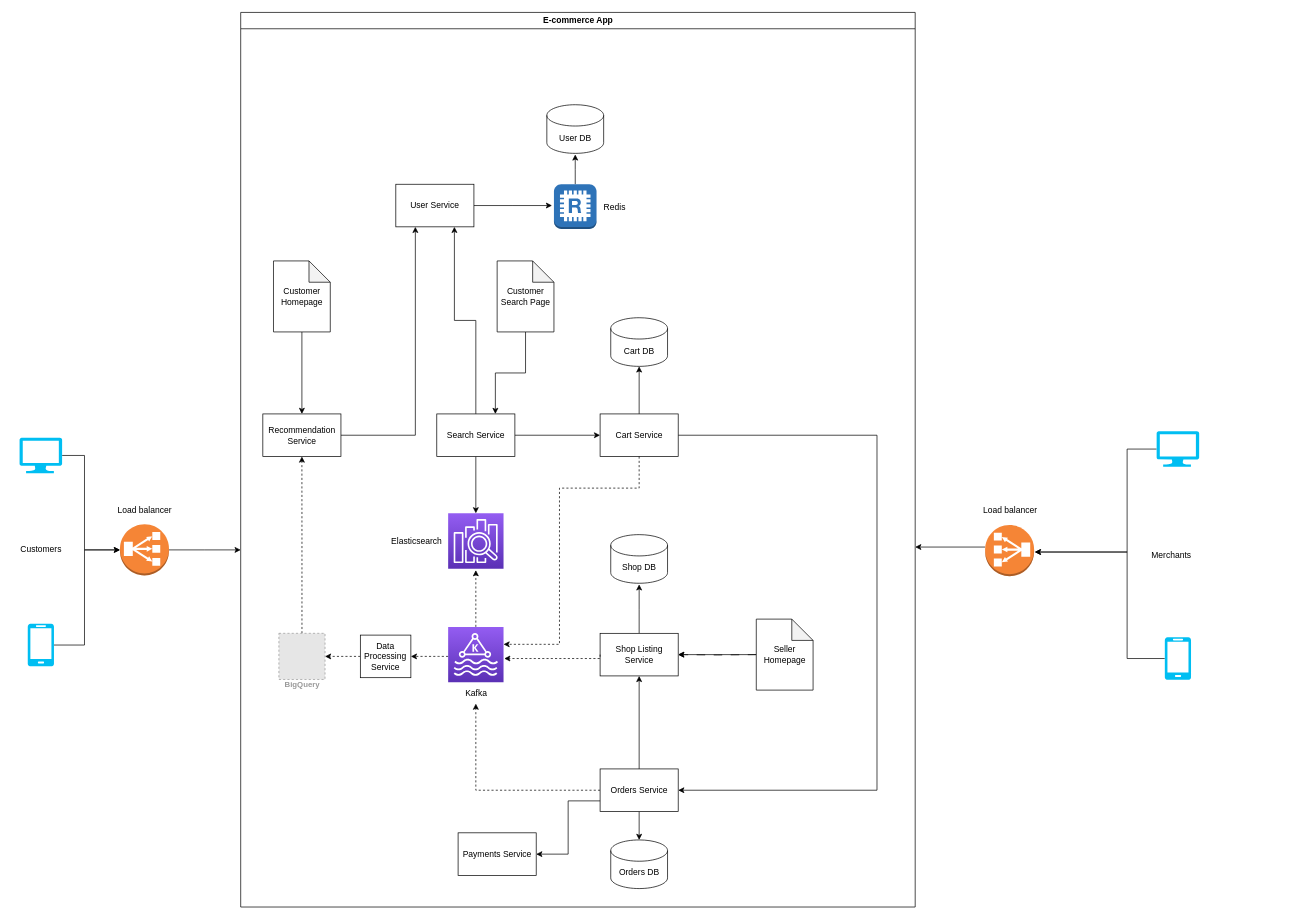
jasona122/ecommerce-app-conceptual-diagram keeps this draw.io diagram as ecommerce-diagram.drawio. Above is the earlier version. Source tidied: cells renumbered, new cells numbered last; positions are measured from the earlier drawing's top-left corner, leaving out a move shared by most shapes. Both pictures are drawn from the tidied source at 71%, with x=0, y=0 at pixel (12, 12). Pictures stored in the file or linked from it are replaced by grey dashed boxes.
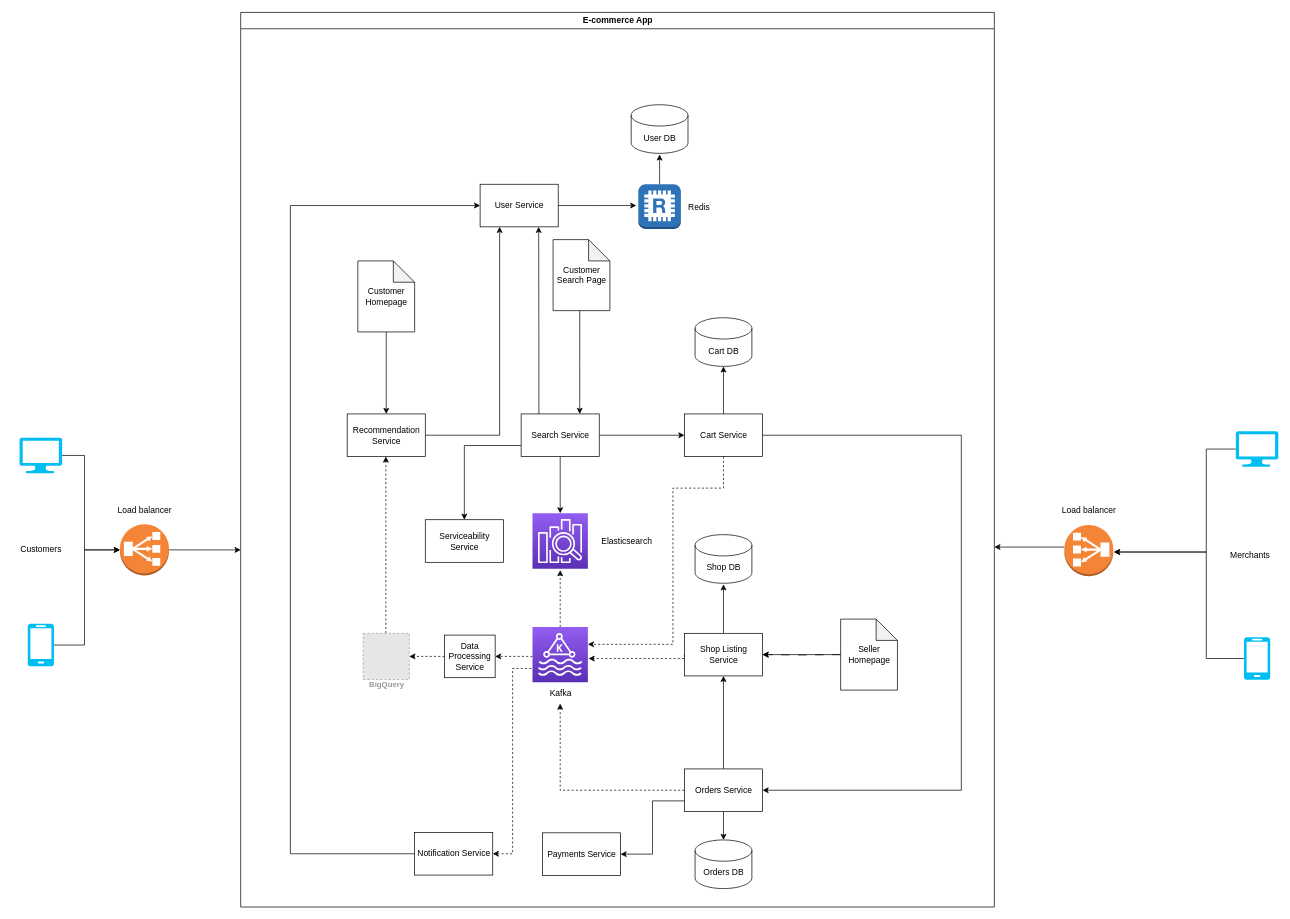
The same page after the edit.

Commit message (it also covers changes not shown here):
Modify diagram to add more services

The change refers to these unchanged cells:
```xml
<mxCell id="3" style="verticalLabelPosition=bottom;html=1;verticalAlign=top;align=center;strokeColor=none;fillColor=#00BEF2;shape=mxgraph.azure.computer;" parent="1" vertex="1">
  <mxGeometry x="10" y="599" width="60" height="50" as="geometry" />
</mxCell>
<mxCell id="5" style="outlineConnect=0;dashed=0;verticalLabelPosition=bottom;verticalAlign=top;align=center;html=1;shape=mxgraph.aws3.classic_load_balancer;fillColor=#F58536;gradientColor=none;" parent="1" vertex="1">
  <mxGeometry x="151.5" y="721" width="69" height="72" as="geometry" />
</mxCell>
```

What changed in the source:
```diff
@@
-    <mxCell id="2" style="edgeStyle=orthogonalEdgeStyle;rounded=0;jettySize=auto;html=1;entryX=0;entryY=0.5;entryDx=0;entryDy=0;entryPerimeter=0;" parent="1" edge="1" source="3" target="5">
+    <mxCell id="2" style="edgeStyle=orthogonalEdgeStyle;rounded=0;jettySize=auto;html=1;entryX=0;entryY=0.5;entryDx=0;entryDy=0;entryPerimeter=0;" parent="1" edge="1" target="5">
       <mxGeometry relative="1" as="geometry">
+        <mxPoint x="70" y="624" as="sourcePoint" />
         <Array as="points">
           <mxPoint x="101.5" y="624" />
           <mxPoint x="101.5" y="757" />
         </Array>
       </mxGeometry>
     </mxCell>
@@
     <mxCell id="8" value="E-commerce App" style="swimlane;whiteSpace=wrap;html=1;" parent="1" vertex="1">
-      <mxGeometry x="321.5" width="950" height="1260" as="geometry" />
+      <mxGeometry x="321.5" width="1061.5" height="1260" as="geometry" />
     </mxCell>
@@
     <mxCell id="11" style="edgeStyle=orthogonalEdgeStyle;rounded=0;jettySize=auto;html=1;entryX=0.75;entryY=1;entryDx=0;entryDy=0;" parent="8" edge="1" source="12" target="44">
-      <mxGeometry relative="1" as="geometry" />
+      <mxGeometry relative="1" as="geometry">
+        <Array as="points">
+          <mxPoint x="420" y="480" />
+          <mxPoint x="420" y="480" />
+        </Array>
+      </mxGeometry>
     </mxCell>
+    <mxCell id="64" style="edgeStyle=orthogonalEdgeStyle;rounded=0;jettySize=auto;html=1;entryX=0.5;entryY=0;entryDx=0;entryDy=0;" parent="8" edge="1" source="12" target="68">
+      <mxGeometry relative="1" as="geometry">
+        <Array as="points">
+          <mxPoint x="315" y="610" />
+        </Array>
+      </mxGeometry>
+    </mxCell>
     <mxCell id="12" value="Search Service" style="rounded=0;whiteSpace=wrap;html=1;" parent="8" vertex="1">
-      <mxGeometry x="276.2" y="565.5" width="110" height="60" as="geometry" />
+      <mxGeometry x="395" y="565.5" width="110" height="60" as="geometry" />
     </mxCell>
     <mxCell id="13" value="Cart DB" style="shape=cylinder3;whiteSpace=wrap;html=1;boundedLbl=1;backgroundOutline=1;size=15;" parent="8" vertex="1">
-      <mxGeometry x="521.2" y="430" width="80" height="68.5" as="geometry" />
+      <mxGeometry x="640" y="430" width="80" height="68.5" as="geometry" />
     </mxCell>
     <mxCell id="14" style="edgeStyle=orthogonalEdgeStyle;rounded=0;jettySize=auto;html=1;startArrow=none;startFill=0;endArrow=classic;endFill=1;dashed=1;" parent="8" edge="1" source="16">
       <mxGeometry relative="1" as="geometry">
-        <mxPoint x="331.2" y="785.5" as="targetPoint" />
+        <mxPoint x="450" y="785.5" as="targetPoint" />
       </mxGeometry>
     </mxCell>
     <mxCell id="15" style="edgeStyle=orthogonalEdgeStyle;rounded=0;jettySize=auto;html=1;dashed=1;" parent="8" edge="1" source="16" target="51">
       <mxGeometry relative="1" as="geometry">
         <Array as="points">
-          <mxPoint x="279" y="907" />
-          <mxPoint x="279" y="907" />
+          <mxPoint x="397.8" y="907" />
+          <mxPoint x="397.8" y="907" />
         </Array>
       </mxGeometry>
     </mxCell>
     <mxCell id="16" style="sketch=0;points=[[0,0,0],[0.25,0,0],[0.5,0,0],[0.75,0,0],[1,0,0],[0,1,0],[0.25,1,0],[0.5,1,0],[0.75,1,0],[1,1,0],[0,0.25,0],[0,0.5,0],[0,0.75,0],[1,0.25,0],[1,0.5,0],[1,0.75,0]];outlineConnect=0;fontColor=#232F3E;gradientColor=#945DF2;gradientDirection=north;fillColor=#5A30B5;strokeColor=#ffffff;dashed=0;verticalLabelPosition=bottom;verticalAlign=top;align=center;html=1;fontSize=12;fontStyle=0;shape=mxgraph.aws4.resourceIcon;resIcon=mxgraph.aws4.managed_streaming_for_kafka;" parent="8" vertex="1">
-      <mxGeometry x="292.2" y="865.5" width="78" height="78" as="geometry" />
+      <mxGeometry x="411" y="865.5" width="78" height="78" as="geometry" />
     </mxCell>
     <mxCell id="17" value="Kafka" style="text;html=1;align=center;verticalAlign=middle;points=[];strokeColor=none;fillColor=none;" parent="8" vertex="1">
-      <mxGeometry x="306.2" y="943.5" width="50" height="30" as="geometry" />
+      <mxGeometry x="425" y="943.5" width="50" height="30" as="geometry" />
     </mxCell>
@@
     <mxCell id="19" style="edgeStyle=orthogonalEdgeStyle;rounded=0;jettySize=auto;html=1;entryX=1;entryY=0.5;entryDx=0;entryDy=0;startArrow=none;startFill=0;endArrow=classic;endFill=1;" parent="8" edge="1" source="20" target="38">
       <mxGeometry relative="1" as="geometry">
         <Array as="points">
-          <mxPoint x="896.2" y="595.5" />
-          <mxPoint x="896.2" y="1095.5" />
+          <mxPoint x="1015" y="595.5" />
+          <mxPoint x="1015" y="1095.5" />
         </Array>
       </mxGeometry>
     </mxCell>
     <mxCell id="20" value="Cart Service" style="rounded=0;whiteSpace=wrap;html=1;" parent="8" vertex="1">
-      <mxGeometry x="506.2" y="565.5" width="110" height="60" as="geometry" />
+      <mxGeometry x="625" y="565.5" width="110" height="60" as="geometry" />
     </mxCell>
     <mxCell id="21" style="sketch=0;points=[[0,0,0],[0.25,0,0],[0.5,0,0],[0.75,0,0],[1,0,0],[0,1,0],[0.25,1,0],[0.5,1,0],[0.75,1,0],[1,1,0],[0,0.25,0],[0,0.5,0],[0,0.75,0],[1,0.25,0],[1,0.5,0],[1,0.75,0]];outlineConnect=0;fontColor=#232F3E;gradientColor=#945DF2;gradientDirection=north;fillColor=#5A30B5;strokeColor=#ffffff;dashed=0;verticalLabelPosition=bottom;verticalAlign=top;align=center;html=1;fontSize=12;fontStyle=0;shape=mxgraph.aws4.resourceIcon;resIcon=mxgraph.aws4.elasticsearch_service;" parent="8" vertex="1">
-      <mxGeometry x="292.2" y="705.5" width="78" height="78" as="geometry" />
+      <mxGeometry x="411" y="705.5" width="78" height="78" as="geometry" />
     </mxCell>
     <mxCell id="22" value="Elasticsearch" style="text;html=1;align=center;verticalAlign=middle;strokeColor=none;fillColor=none;" parent="8" vertex="1">
-      <mxGeometry x="202.2" y="729.5" width="90" height="30" as="geometry" />
+      <mxGeometry x="498.8" y="730" width="90" height="30" as="geometry" />
     </mxCell>
     <mxCell id="23" style="edgeStyle=orthogonalEdgeStyle;rounded=0;jettySize=auto;html=1;startArrow=none;startFill=0;endArrow=classic;endFill=1;" parent="8" edge="1" source="24">
       <mxGeometry relative="1" as="geometry">
-        <mxPoint x="561.2" y="805.5" as="targetPoint" />
+        <mxPoint x="680" y="805.5" as="targetPoint" />
       </mxGeometry>
     </mxCell>
     <mxCell id="24" value="Shop Listing Service" style="rounded=0;whiteSpace=wrap;html=1;" parent="8" vertex="1">
-      <mxGeometry x="506.2" y="874.5" width="110" height="60" as="geometry" />
+      <mxGeometry x="625" y="874.5" width="110" height="60" as="geometry" />
     </mxCell>
     <mxCell id="25" value="Shop DB" style="shape=cylinder3;whiteSpace=wrap;html=1;boundedLbl=1;backgroundOutline=1;size=15;" parent="8" vertex="1">
-      <mxGeometry x="521.2" y="735.5" width="80" height="68.5" as="geometry" />
+      <mxGeometry x="640" y="735.5" width="80" height="68.5" as="geometry" />
     </mxCell>
     <mxCell id="26" style="edgeStyle=orthogonalEdgeStyle;rounded=0;jettySize=auto;html=1;entryX=1;entryY=0.5;entryDx=0;entryDy=0;startArrow=none;startFill=0;endArrow=classic;endFill=1;dashed=1;dashPattern=12 12;" parent="8" edge="1" target="24">
       <mxGeometry relative="1" as="geometry">
-        <mxPoint x="726.2" y="904.5" as="sourcePoint" />
+        <mxPoint x="845" y="904.5" as="sourcePoint" />
       </mxGeometry>
     </mxCell>
@@
     <mxCell id="28" value="Seller Homepage" style="shape=note;whiteSpace=wrap;html=1;backgroundOutline=1;darkOpacity=0.05;" parent="8" vertex="1">
-      <mxGeometry x="726.2" y="854.5" width="80" height="100" as="geometry" />
+      <mxGeometry x="845" y="854.5" width="80" height="100" as="geometry" />
     </mxCell>
@@
     <mxCell id="30" value="Customer Homepage" style="shape=note;whiteSpace=wrap;html=1;backgroundOutline=1;darkOpacity=0.05;" parent="8" vertex="1">
-      <mxGeometry x="46.2" y="350" width="80" height="100" as="geometry" />
+      <mxGeometry x="165" y="350" width="80" height="100" as="geometry" />
     </mxCell>
-    <mxCell id="31" style="edgeStyle=orthogonalEdgeStyle;rounded=0;jettySize=auto;html=1;entryX=0.5;entryY=1;entryDx=0;entryDy=0;dashed=1;startArrow=none;startFill=0;endArrow=classic;endFill=1;" parent="8" edge="1" source="32" target="34">
-      <mxGeometry relative="1" as="geometry" />
+    <mxCell id="31" style="edgeStyle=orthogonalEdgeStyle;rounded=0;orthogonalLoop=1;jettySize=auto;html=1;entryX=0.5;entryY=1;entryDx=0;entryDy=0;dashed=1;startArrow=none;startFill=0;endArrow=classic;endFill=1;" parent="8" edge="1">
+      <mxGeometry relative="1" as="geometry">
+        <mxPoint x="204.5" y="874.5" as="sourcePoint" />
+        <mxPoint x="204.5" y="625.5" as="targetPoint" />
+      </mxGeometry>
     </mxCell>
     <mxCell id="32" value="BigQuery" style="fillColor=#E6E6E6;strokeColor=#999999;dashed=1;html=1;verticalAlign=top;labelPosition=center;verticalLabelPosition=bottom;align=center;spacingTop=-6;fontSize=11;fontStyle=1;fontColor=#999999;" parent="8" vertex="1">
-      <mxGeometry x="53.8" y="874.5" width="65" height="65" as="geometry" />
+      <mxGeometry x="172.5" y="874.5" width="65" height="65" as="geometry" />
     </mxCell>
@@
     <mxCell id="34" value="Recommendation&lt;br&gt;Service" style="rounded=0;whiteSpace=wrap;html=1;" parent="8" vertex="1">
-      <mxGeometry x="31.2" y="565.5" width="110" height="60" as="geometry" />
+      <mxGeometry x="150" y="565.5" width="110" height="60" as="geometry" />
     </mxCell>
@@
     <mxCell id="38" value="Orders Service" style="rounded=0;whiteSpace=wrap;html=1;" parent="8" vertex="1">
-      <mxGeometry x="506.2" y="1065.5" width="110" height="60" as="geometry" />
+      <mxGeometry x="625" y="1065.5" width="110" height="60" as="geometry" />
     </mxCell>
     <mxCell id="39" value="Orders DB" style="shape=cylinder3;whiteSpace=wrap;html=1;boundedLbl=1;backgroundOutline=1;size=15;" parent="8" vertex="1">
-      <mxGeometry x="521.2" y="1165.5" width="80" height="68.5" as="geometry" />
+      <mxGeometry x="640" y="1165.5" width="80" height="68.5" as="geometry" />
     </mxCell>
@@
     <mxCell id="41" value="Payments Service" style="rounded=0;whiteSpace=wrap;html=1;" parent="8" vertex="1">
-      <mxGeometry x="306.2" y="1155.5" width="110" height="60" as="geometry" />
+      <mxGeometry x="425" y="1155.5" width="110" height="60" as="geometry" />
     </mxCell>
     <mxCell id="42" value="User DB" style="shape=cylinder3;whiteSpace=wrap;html=1;boundedLbl=1;backgroundOutline=1;size=15;" parent="8" vertex="1">
-      <mxGeometry x="431.2" y="130" width="80" height="68.5" as="geometry" />
+      <mxGeometry x="550" y="130" width="80" height="68.5" as="geometry" />
     </mxCell>
     <mxCell id="43" style="edgeStyle=orthogonalEdgeStyle;rounded=0;jettySize=auto;html=1;" parent="8" edge="1" source="44">
       <mxGeometry relative="1" as="geometry">
-        <mxPoint x="438.5" y="272" as="targetPoint" />
+        <mxPoint x="557.2" y="272" as="targetPoint" />
       </mxGeometry>
     </mxCell>
     <mxCell id="44" value="User Service" style="rounded=0;whiteSpace=wrap;html=1;" parent="8" vertex="1">
-      <mxGeometry x="218.5" y="242" width="110" height="60" as="geometry" />
+      <mxGeometry x="337.2" y="242" width="110" height="60" as="geometry" />
     </mxCell>
     <mxCell id="45" style="edgeStyle=orthogonalEdgeStyle;rounded=0;jettySize=auto;html=1;" parent="8" edge="1" source="46">
       <mxGeometry relative="1" as="geometry">
-        <mxPoint x="471.2" y="200" as="targetPoint" />
+        <mxPoint x="590" y="200" as="targetPoint" />
       </mxGeometry>
     </mxCell>
     <mxCell id="46" style="outlineConnect=0;dashed=0;verticalLabelPosition=bottom;verticalAlign=top;align=center;html=1;shape=mxgraph.aws3.redis;fillColor=#2E73B8;gradientColor=none;" parent="8" vertex="1">
-      <mxGeometry x="441.2" y="242" width="60" height="63" as="geometry" />
+      <mxGeometry x="560" y="242" width="60" height="63" as="geometry" />
     </mxCell>
     <mxCell id="47" value="Redis" style="text;html=1;align=center;verticalAlign=middle;strokeColor=none;fillColor=none;" parent="8" vertex="1">
-      <mxGeometry x="501.2" y="260" width="50" height="30" as="geometry" />
+      <mxGeometry x="620" y="260" width="50" height="30" as="geometry" />
     </mxCell>
     <mxCell id="48" style="edgeStyle=orthogonalEdgeStyle;rounded=0;jettySize=auto;html=1;startArrow=none;startFill=0;endArrow=classic;endFill=1;dashed=1;exitX=0.5;exitY=1;exitDx=0;exitDy=0;" parent="8" edge="1" source="20" target="16">
       <mxGeometry relative="1" as="geometry">
         <Array as="points">
-          <mxPoint x="561" y="670" />
-          <mxPoint x="449" y="670" />
-          <mxPoint x="449" y="890" />
+          <mxPoint x="679.8" y="670" />
+          <mxPoint x="608.8" y="670" />
+          <mxPoint x="608.8" y="890" />
         </Array>
       </mxGeometry>
     </mxCell>
     <mxCell id="49" style="edgeStyle=orthogonalEdgeStyle;rounded=0;jettySize=auto;html=1;entryX=0.5;entryY=1;entryDx=0;entryDy=0;dashed=1;startArrow=none;startFill=0;endArrow=classic;endFill=1;exitX=0;exitY=0.5;exitDx=0;exitDy=0;" parent="8" edge="1" source="24">
       <mxGeometry relative="1" as="geometry">
-        <mxPoint x="371.2" y="910" as="targetPoint" />
+        <mxPoint x="490" y="910" as="targetPoint" />
         <Array as="points">
-          <mxPoint x="506" y="910" />
+          <mxPoint x="624.8" y="910" />
         </Array>
       </mxGeometry>
     </mxCell>
@@
     <mxCell id="51" value="Data Processing Service" style="rounded=0;whiteSpace=wrap;html=1;" parent="8" vertex="1">
-      <mxGeometry x="168.5" y="877" width="71.2" height="60" as="geometry" />
+      <mxGeometry x="287.2" y="877" width="71.2" height="60" as="geometry" />
     </mxCell>
     <mxCell id="52" style="edgeStyle=orthogonalEdgeStyle;rounded=0;jettySize=auto;html=1;entryX=0.75;entryY=0;entryDx=0;entryDy=0;" parent="8" edge="1" source="53" target="12">
-      <mxGeometry relative="1" as="geometry" />
+      <mxGeometry relative="1" as="geometry">
+        <Array as="points">
+          <mxPoint x="478" y="493" />
+        </Array>
+      </mxGeometry>
     </mxCell>
     <mxCell id="53" value="Customer Search Page" style="shape=note;whiteSpace=wrap;html=1;backgroundOutline=1;darkOpacity=0.05;" parent="8" vertex="1">
-      <mxGeometry x="361.2" y="350" width="80" height="100" as="geometry" />
+      <mxGeometry x="440" y="320" width="80" height="100" as="geometry" />
     </mxCell>
+    <mxCell id="65" style="edgeStyle=orthogonalEdgeStyle;rounded=0;jettySize=auto;html=1;entryX=0;entryY=0.75;entryDx=0;entryDy=0;entryPerimeter=0;dashed=1;startArrow=classic;startFill=1;endArrow=none;endFill=0;" parent="8" edge="1" source="67" target="16">
+      <mxGeometry relative="1" as="geometry" />
+    </mxCell>
+    <mxCell id="66" style="edgeStyle=orthogonalEdgeStyle;rounded=0;jettySize=auto;html=1;entryX=0;entryY=0.5;entryDx=0;entryDy=0;" parent="8" edge="1" source="67" target="44">
+      <mxGeometry relative="1" as="geometry">
+        <Array as="points">
+          <mxPoint x="70" y="1185" />
+          <mxPoint x="70" y="272" />
+        </Array>
+      </mxGeometry>
+    </mxCell>
+    <mxCell id="67" value="Notification Service" style="rounded=0;whiteSpace=wrap;html=1;" parent="8" vertex="1">
+      <mxGeometry x="245" y="1155" width="110" height="60" as="geometry" />
+    </mxCell>
+    <mxCell id="68" value="Serviceability Service" style="rounded=0;whiteSpace=wrap;html=1;" parent="8" vertex="1">
+      <mxGeometry x="260" y="714.5" width="110" height="60" as="geometry" />
+    </mxCell>
@@
     <mxCell id="55" style="edgeStyle=orthogonalEdgeStyle;rounded=0;jettySize=auto;html=1;startArrow=none;startFill=0;endArrow=classic;endFill=1;" parent="1" edge="1" source="56">
       <mxGeometry relative="1" as="geometry">
-        <mxPoint x="1440" y="760" as="targetPoint" />
+        <mxPoint x="1551.5" y="760" as="targetPoint" />
         <Array as="points">
-          <mxPoint x="1570" y="615" />
-          <mxPoint x="1570" y="760" />
+          <mxPoint x="1681.5" y="615" />
+          <mxPoint x="1681.5" y="760" />
         </Array>
       </mxGeometry>
     </mxCell>
     <mxCell id="56" style="verticalLabelPosition=bottom;html=1;verticalAlign=top;align=center;strokeColor=none;fillColor=#00BEF2;shape=mxgraph.azure.computer;" parent="1" vertex="1">
-      <mxGeometry x="1611.5" y="590" width="60" height="50" as="geometry" />
+      <mxGeometry x="1723" y="590" width="60" height="50" as="geometry" />
     </mxCell>
     <mxCell id="57" style="edgeStyle=orthogonalEdgeStyle;rounded=0;jettySize=auto;html=1;startArrow=none;startFill=0;endArrow=classic;endFill=1;" parent="1" edge="1" source="58">
       <mxGeometry relative="1" as="geometry">
-        <mxPoint x="1271.5" y="753" as="targetPoint" />
+        <mxPoint x="1383" y="753" as="targetPoint" />
         <Array as="points">
-          <mxPoint x="1391.5" y="753" />
-          <mxPoint x="1391.5" y="753" />
+          <mxPoint x="1503" y="753" />
+          <mxPoint x="1503" y="753" />
         </Array>
       </mxGeometry>
     </mxCell>
     <mxCell id="58" style="outlineConnect=0;dashed=0;verticalLabelPosition=bottom;verticalAlign=top;align=center;html=1;shape=mxgraph.aws3.classic_load_balancer;fillColor=#F58536;gradientColor=none;flipH=1;" parent="1" vertex="1">
-      <mxGeometry x="1370" y="722" width="69" height="72" as="geometry" />
+      <mxGeometry x="1481.5" y="722" width="69" height="72" as="geometry" />
     </mxCell>
     <mxCell id="59" style="edgeStyle=orthogonalEdgeStyle;rounded=0;jettySize=auto;html=1;startArrow=none;startFill=0;endArrow=classic;endFill=1;" parent="1" edge="1" source="60">
       <mxGeometry relative="1" as="geometry">
-        <mxPoint x="1440" y="760" as="targetPoint" />
+        <mxPoint x="1551.5" y="760" as="targetPoint" />
         <Array as="points">
-          <mxPoint x="1570" y="910" />
-          <mxPoint x="1570" y="760" />
+          <mxPoint x="1681.5" y="910" />
+          <mxPoint x="1681.5" y="760" />
         </Array>
       </mxGeometry>
     </mxCell>
     <mxCell id="60" style="verticalLabelPosition=bottom;html=1;verticalAlign=top;align=center;strokeColor=none;fillColor=#00BEF2;shape=mxgraph.azure.mobile;" parent="1" vertex="1">
-      <mxGeometry x="1623" y="880" width="37" height="60" as="geometry" />
+      <mxGeometry x="1734.5" y="880" width="37" height="60" as="geometry" />
     </mxCell>
     <mxCell id="61" value="Merchants&lt;br&gt;" style="text;html=1;align=center;verticalAlign=middle;strokeColor=none;fillColor=none;" parent="1" vertex="1">
-      <mxGeometry x="1591.5" y="750" width="80" height="30" as="geometry" />
+      <mxGeometry x="1703" y="750" width="80" height="30" as="geometry" />
     </mxCell>
@@
     <mxCell id="63" value="Load balancer" style="text;html=1;align=center;verticalAlign=middle;strokeColor=none;fillColor=none;" parent="1" vertex="1">
-      <mxGeometry x="1354.5" y="687" width="100" height="30" as="geometry" />
+      <mxGeometry x="1466" y="687" width="100" height="30" as="geometry" />
     </mxCell>
```
